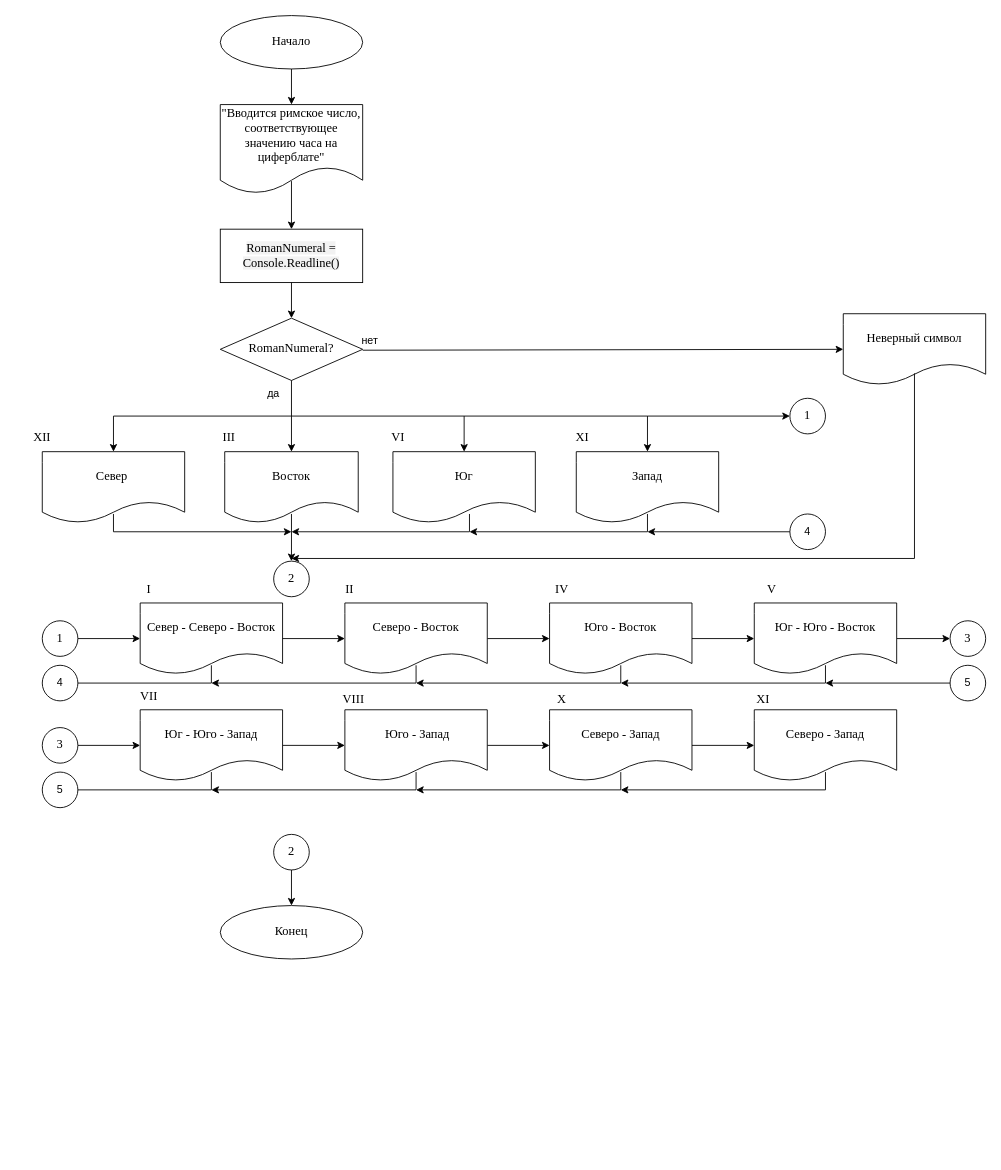
The draw.io diagram Задание 6.drawio in Dimag11/-, before the edit. Source tidied: cells renumbered, new cells numbered last; positions are measured from the earlier drawing's top-left corner, leaving out a move shared by most shapes. Both pictures are drawn from the tidied source at 89%, with x=0, y=0 at pixel (15, 15).
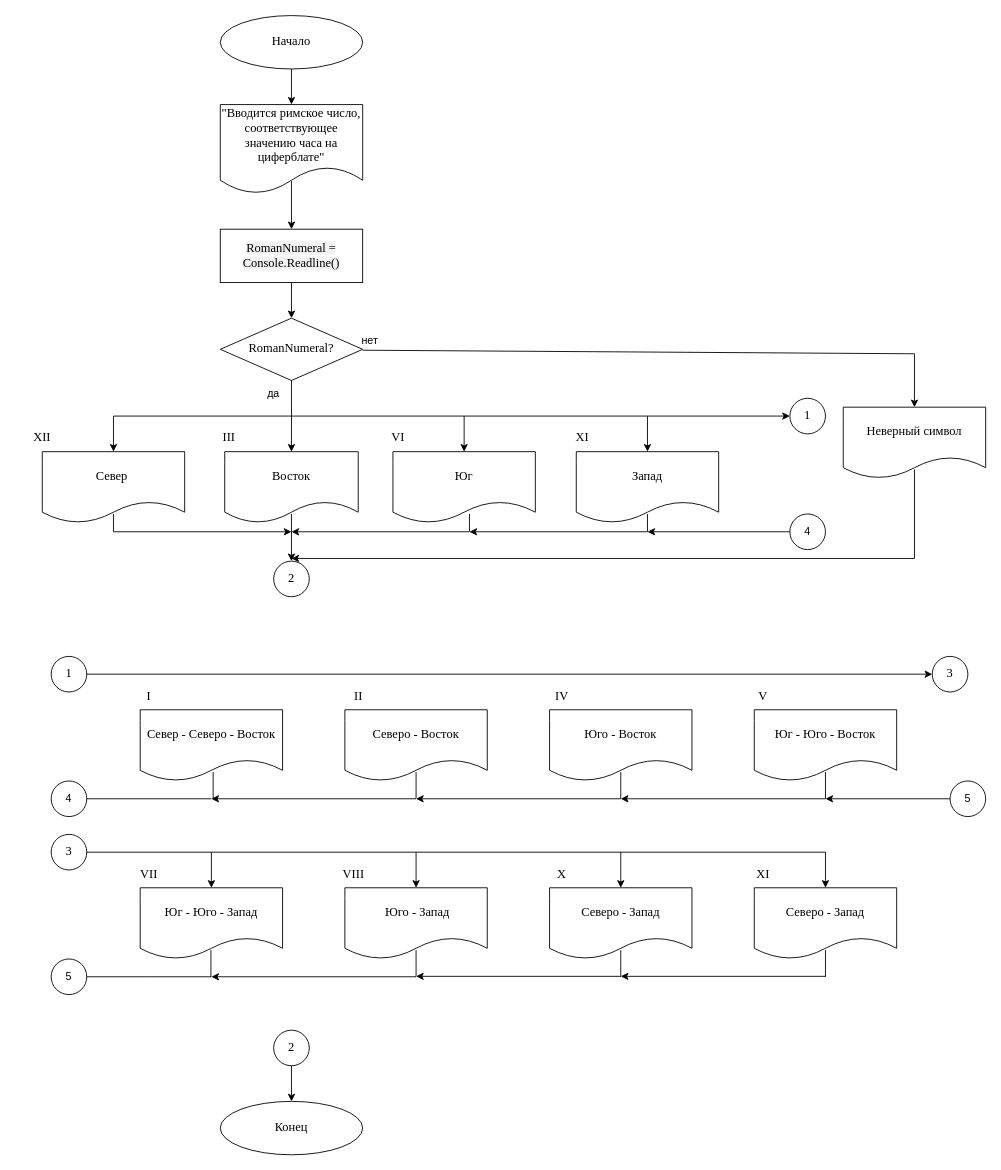
Above is the later version.

Diff of the diagram source:
```diff
@@
     <mxCell id="25" value="1" style="ellipse;whiteSpace=wrap;html=1;fontFamily=Times New Roman;fontSize=14;" parent="1" vertex="1">
-      <mxGeometry x="30" y="680" width="40" height="40" as="geometry" />
+      <mxGeometry x="40" y="720" width="40" height="40" as="geometry" />
     </mxCell>
     <mxCell id="26" value="Север - Северо - Восток" style="shape=document;whiteSpace=wrap;html=1;boundedLbl=1;fontFamily=Times New Roman;fontSize=14;" parent="1" vertex="1">
-      <mxGeometry x="140" y="660" width="160" height="80" as="geometry" />
+      <mxGeometry x="140" y="780" width="160" height="80" as="geometry" />
     </mxCell>
-    <mxCell id="27" style="endArrow=classic;html=1;rounded=0;entryX=0;entryY=0.5;entryDx=0;entryDy=0;fontFamily=Times New Roman;fontSize=14;" parent="1" edge="1" target="26">
-      <mxGeometry relative="1" as="geometry">
-        <mxPoint x="70" y="700" as="sourcePoint" />
-      </mxGeometry>
-    </mxCell>
-    <mxCell id="28" style="edgeStyle=orthogonalEdgeStyle;rounded=0;jettySize=auto;html=1;fontFamily=Times New Roman;fontSize=14;" parent="1" edge="1" source="29" target="40">
-      <mxGeometry relative="1" as="geometry" />
-    </mxCell>
     <mxCell id="29" value="Северо - Восток" style="shape=document;whiteSpace=wrap;html=1;boundedLbl=1;fontFamily=Times New Roman;fontSize=14;" parent="1" vertex="1">
-      <mxGeometry x="370" y="660" width="160" height="80" as="geometry" />
+      <mxGeometry x="370" y="780" width="160" height="80" as="geometry" />
     </mxCell>
-    <mxCell id="30" style="endArrow=classic;html=1;rounded=0;entryX=0;entryY=0.5;entryDx=0;entryDy=0;fontFamily=Times New Roman;fontSize=14;" parent="1" edge="1" target="29">
-      <mxGeometry relative="1" as="geometry">
-        <mxPoint x="300" y="700" as="sourcePoint" />
-      </mxGeometry>
-    </mxCell>
@@
-    <mxCell id="39" style="edgeStyle=orthogonalEdgeStyle;rounded=0;jettySize=auto;html=1;fontFamily=Times New Roman;fontSize=14;" parent="1" edge="1" source="40" target="42">
-      <mxGeometry relative="1" as="geometry" />
-    </mxCell>
     <mxCell id="40" value="Юго - Восток" style="shape=document;whiteSpace=wrap;html=1;boundedLbl=1;fontFamily=Times New Roman;fontSize=14;" parent="1" vertex="1">
-      <mxGeometry x="600" y="660" width="160" height="80" as="geometry" />
+      <mxGeometry x="600" y="780" width="160" height="80" as="geometry" />
     </mxCell>
-    <mxCell id="41" style="edgeStyle=orthogonalEdgeStyle;rounded=0;jettySize=auto;html=1;fontFamily=Times New Roman;fontSize=14;" parent="1" edge="1" source="42" target="43">
-      <mxGeometry relative="1" as="geometry" />
-    </mxCell>
     <mxCell id="42" value="Юг - Юго - Восток" style="shape=document;whiteSpace=wrap;html=1;boundedLbl=1;fontFamily=Times New Roman;fontSize=14;" parent="1" vertex="1">
-      <mxGeometry x="830" y="660" width="160" height="80" as="geometry" />
+      <mxGeometry x="830" y="780" width="160" height="80" as="geometry" />
     </mxCell>
     <mxCell id="43" value="3" style="ellipse;whiteSpace=wrap;html=1;fontFamily=Times New Roman;fontSize=14;" parent="1" vertex="1">
-      <mxGeometry x="1050" y="680" width="40" height="40" as="geometry" />
+      <mxGeometry x="1030" y="720" width="40" height="40" as="geometry" />
     </mxCell>
-    <mxCell id="44" style="edgeStyle=orthogonalEdgeStyle;rounded=0;jettySize=auto;html=1;fontFamily=Times New Roman;fontSize=14;" parent="1" edge="1" source="45" target="47">
-      <mxGeometry relative="1" as="geometry" />
-    </mxCell>
     <mxCell id="45" value="3" style="ellipse;whiteSpace=wrap;html=1;fontFamily=Times New Roman;fontSize=14;" parent="1" vertex="1">
-      <mxGeometry x="30" y="800" width="40" height="40" as="geometry" />
+      <mxGeometry x="40" y="920" width="40" height="40" as="geometry" />
     </mxCell>
-    <mxCell id="46" style="edgeStyle=orthogonalEdgeStyle;rounded=0;jettySize=auto;html=1;fontFamily=Times New Roman;fontSize=14;" parent="1" edge="1" source="47" target="49">
-      <mxGeometry relative="1" as="geometry" />
-    </mxCell>
     <mxCell id="47" value="Юг - Юго - Запад" style="shape=document;whiteSpace=wrap;html=1;boundedLbl=1;fontFamily=Times New Roman;fontSize=14;" parent="1" vertex="1">
-      <mxGeometry x="140" y="780" width="160" height="80" as="geometry" />
+      <mxGeometry x="140" y="980" width="160" height="80" as="geometry" />
     </mxCell>
-    <mxCell id="48" style="edgeStyle=orthogonalEdgeStyle;rounded=0;jettySize=auto;html=1;fontFamily=Times New Roman;fontSize=14;" parent="1" edge="1" source="49" target="51">
-      <mxGeometry relative="1" as="geometry" />
-    </mxCell>
     <mxCell id="49" value="&amp;nbsp;Юго - Запад" style="shape=document;whiteSpace=wrap;html=1;boundedLbl=1;fontFamily=Times New Roman;fontSize=14;" parent="1" vertex="1">
-      <mxGeometry x="370" y="780" width="160" height="80" as="geometry" />
+      <mxGeometry x="370" y="980" width="160" height="80" as="geometry" />
     </mxCell>
-    <mxCell id="50" style="edgeStyle=orthogonalEdgeStyle;rounded=0;jettySize=auto;html=1;fontFamily=Times New Roman;fontSize=14;" parent="1" edge="1" source="51" target="52">
-      <mxGeometry relative="1" as="geometry" />
-    </mxCell>
     <mxCell id="51" value="Северо - Запад" style="shape=document;whiteSpace=wrap;html=1;boundedLbl=1;fontFamily=Times New Roman;fontSize=14;" parent="1" vertex="1">
-      <mxGeometry x="600" y="780" width="160" height="80" as="geometry" />
+      <mxGeometry x="600" y="980" width="160" height="80" as="geometry" />
     </mxCell>
     <mxCell id="52" value="Северо - Запад" style="shape=document;whiteSpace=wrap;html=1;boundedLbl=1;fontFamily=Times New Roman;fontSize=14;" parent="1" vertex="1">
-      <mxGeometry x="830" y="780" width="160" height="80" as="geometry" />
+      <mxGeometry x="830" y="980" width="160" height="80" as="geometry" />
     </mxCell>
-    <mxCell id="53" style="endArrow=none;html=1;rounded=0;fontFamily=Times New Roman;fontSize=14;" parent="1" edge="1">
-      <mxGeometry relative="1" as="geometry">
-        <mxPoint x="220" y="750" as="sourcePoint" />
-        <mxPoint x="220" y="730" as="targetPoint" />
-      </mxGeometry>
-    </mxCell>
-    <mxCell id="54" style="endArrow=none;html=1;rounded=0;fontFamily=Times New Roman;fontSize=14;" parent="1" edge="1">
-      <mxGeometry relative="1" as="geometry">
-        <mxPoint x="450" y="750" as="sourcePoint" />
-        <mxPoint x="450" y="730" as="targetPoint" />
-      </mxGeometry>
-    </mxCell>
-    <mxCell id="55" style="endArrow=none;html=1;rounded=0;fontFamily=Times New Roman;fontSize=14;" parent="1" edge="1">
-      <mxGeometry relative="1" as="geometry">
-        <mxPoint x="680" y="750" as="sourcePoint" />
-        <mxPoint x="680" y="730" as="targetPoint" />
-      </mxGeometry>
-    </mxCell>
-    <mxCell id="56" style="endArrow=none;html=1;rounded=0;fontFamily=Times New Roman;fontSize=14;" parent="1" edge="1">
-      <mxGeometry relative="1" as="geometry">
-        <mxPoint x="910" y="750" as="sourcePoint" />
-        <mxPoint x="910" y="730" as="targetPoint" />
-      </mxGeometry>
-    </mxCell>
     <mxCell id="57" style="endArrow=classic;html=1;rounded=0;fontFamily=Times New Roman;fontSize=14;" parent="1" edge="1">
       <mxGeometry relative="1" as="geometry">
-        <mxPoint x="910" y="750" as="sourcePoint" />
-        <mxPoint x="680" y="750" as="targetPoint" />
+        <mxPoint x="910" y="880" as="sourcePoint" />
+        <mxPoint x="680" y="880" as="targetPoint" />
       </mxGeometry>
     </mxCell>
     <mxCell id="58" style="endArrow=classic;html=1;rounded=0;fontFamily=Times New Roman;fontSize=14;" parent="1" edge="1">
       <mxGeometry relative="1" as="geometry">
-        <mxPoint x="680" y="750" as="sourcePoint" />
-        <mxPoint x="450" y="750" as="targetPoint" />
+        <mxPoint x="680" y="880" as="sourcePoint" />
+        <mxPoint x="450" y="880" as="targetPoint" />
       </mxGeometry>
     </mxCell>
     <mxCell id="59" style="endArrow=classic;html=1;rounded=0;fontFamily=Times New Roman;fontSize=14;" parent="1" edge="1">
       <mxGeometry relative="1" as="geometry">
-        <mxPoint x="450" y="750" as="sourcePoint" />
-        <mxPoint x="220" y="750" as="targetPoint" />
+        <mxPoint x="450" y="880" as="sourcePoint" />
+        <mxPoint x="220" y="880" as="targetPoint" />
       </mxGeometry>
     </mxCell>
-    <mxCell id="60" style="endArrow=none;html=1;rounded=0;fontFamily=Times New Roman;fontSize=14;" parent="1" edge="1">
-      <mxGeometry relative="1" as="geometry">
-        <mxPoint x="220" y="870" as="sourcePoint" />
-        <mxPoint x="220" y="850" as="targetPoint" />
-      </mxGeometry>
-    </mxCell>
-    <mxCell id="61" style="endArrow=none;html=1;rounded=0;fontFamily=Times New Roman;fontSize=14;" parent="1" edge="1">
-      <mxGeometry relative="1" as="geometry">
-        <mxPoint x="450" y="870" as="sourcePoint" />
-        <mxPoint x="450" y="850" as="targetPoint" />
-      </mxGeometry>
-    </mxCell>
-    <mxCell id="62" style="endArrow=none;html=1;rounded=0;fontFamily=Times New Roman;fontSize=14;" parent="1" edge="1">
-      <mxGeometry relative="1" as="geometry">
-        <mxPoint x="680" y="870" as="sourcePoint" />
-        <mxPoint x="680" y="850" as="targetPoint" />
-      </mxGeometry>
-    </mxCell>
-    <mxCell id="63" style="endArrow=none;html=1;rounded=0;fontFamily=Times New Roman;fontSize=14;" parent="1" edge="1">
-      <mxGeometry relative="1" as="geometry">
-        <mxPoint x="910" y="870" as="sourcePoint" />
-        <mxPoint x="910" y="850" as="targetPoint" />
-      </mxGeometry>
-    </mxCell>
     <mxCell id="64" style="endArrow=classic;html=1;rounded=0;fontFamily=Times New Roman;fontSize=14;" parent="1" edge="1">
       <mxGeometry relative="1" as="geometry">
-        <mxPoint x="910" y="870" as="sourcePoint" />
-        <mxPoint x="680" y="870" as="targetPoint" />
+        <mxPoint x="910" y="1079.5" as="sourcePoint" />
+        <mxPoint x="680" y="1079.5" as="targetPoint" />
       </mxGeometry>
     </mxCell>
     <mxCell id="65" style="endArrow=classic;html=1;rounded=0;fontFamily=Times New Roman;fontSize=14;" parent="1" edge="1">
       <mxGeometry relative="1" as="geometry">
-        <mxPoint x="680" y="870" as="sourcePoint" />
-        <mxPoint x="450" y="870" as="targetPoint" />
+        <mxPoint x="680" y="1079.5" as="sourcePoint" />
+        <mxPoint x="450" y="1079.5" as="targetPoint" />
       </mxGeometry>
     </mxCell>
     <mxCell id="66" style="endArrow=classic;html=1;rounded=0;fontFamily=Times New Roman;fontSize=14;" parent="1" edge="1">
       <mxGeometry relative="1" as="geometry">
-        <mxPoint x="450" y="870" as="sourcePoint" />
-        <mxPoint x="220" y="870" as="targetPoint" />
+        <mxPoint x="450" y="1080" as="sourcePoint" />
+        <mxPoint x="220" y="1080" as="targetPoint" />
       </mxGeometry>
     </mxCell>
     <mxCell id="67" value="I" style="text;html=1;align=center;verticalAlign=middle;whiteSpace=wrap;rounded=0;fontFamily=Times New Roman;fontSize=14;" parent="1" vertex="1">
-      <mxGeometry x="120" y="630" width="60" height="30" as="geometry" />
+      <mxGeometry x="120" y="750" width="60" height="30" as="geometry" />
     </mxCell>
     <mxCell id="68" value="II" style="text;html=1;align=center;verticalAlign=middle;strokeColor=none;fillColor=none;fontFamily=Times New Roman;fontSize=14;" parent="1" vertex="1">
-      <mxGeometry x="360" y="630" width="30" height="30" as="geometry" />
+      <mxGeometry x="370" y="750" width="30" height="30" as="geometry" />
     </mxCell>
     <mxCell id="69" value="IV" style="text;html=1;align=center;verticalAlign=middle;whiteSpace=wrap;rounded=0;fontFamily=Times New Roman;fontSize=14;" parent="1" vertex="1">
-      <mxGeometry x="584" y="630" width="60" height="30" as="geometry" />
+      <mxGeometry x="584" y="750" width="60" height="30" as="geometry" />
     </mxCell>
     <mxCell id="70" value="V" style="text;html=1;align=center;verticalAlign=middle;whiteSpace=wrap;rounded=0;fontFamily=Times New Roman;fontSize=14;" parent="1" vertex="1">
-      <mxGeometry x="820" y="630" width="60" height="30" as="geometry" />
+      <mxGeometry x="810" y="750" width="60" height="30" as="geometry" />
     </mxCell>
     <mxCell id="71" value="VII" style="text;html=1;align=center;verticalAlign=middle;whiteSpace=wrap;rounded=0;fontFamily=Times New Roman;fontSize=14;" parent="1" vertex="1">
-      <mxGeometry x="120" y="750" width="60" height="30" as="geometry" />
+      <mxGeometry x="120" y="950" width="60" height="30" as="geometry" />
     </mxCell>
     <mxCell id="72" value="VIII" style="text;html=1;align=center;verticalAlign=middle;whiteSpace=wrap;rounded=0;fontFamily=Times New Roman;fontSize=14;" parent="1" vertex="1">
-      <mxGeometry x="350" y="754" width="60" height="30" as="geometry" />
+      <mxGeometry x="350" y="950" width="60" height="30" as="geometry" />
     </mxCell>
     <mxCell id="73" value="X" style="text;html=1;align=center;verticalAlign=middle;whiteSpace=wrap;rounded=0;fontFamily=Times New Roman;fontSize=14;" parent="1" vertex="1">
-      <mxGeometry x="584" y="754" width="60" height="30" as="geometry" />
+      <mxGeometry x="584" y="950" width="60" height="30" as="geometry" />
     </mxCell>
     <mxCell id="74" value="XI" style="text;html=1;align=center;verticalAlign=middle;whiteSpace=wrap;rounded=0;fontFamily=Times New Roman;fontSize=14;" parent="1" vertex="1">
-      <mxGeometry x="810" y="754" width="60" height="30" as="geometry" />
+      <mxGeometry x="810" y="950" width="60" height="30" as="geometry" />
     </mxCell>
     <mxCell id="75" value="2" style="ellipse;whiteSpace=wrap;html=1;fontFamily=Times New Roman;fontSize=14;" parent="1" vertex="1">
-      <mxGeometry x="290" y="920" width="40" height="40" as="geometry" />
+      <mxGeometry x="290" y="1140" width="40" height="40" as="geometry" />
     </mxCell>
-    <mxCell id="76" style="endArrow=classic;html=1;rounded=0;fontFamily=Times New Roman;fontSize=14;" parent="1" edge="1">
-      <mxGeometry relative="1" as="geometry">
-        <mxPoint x="310" y="960" as="sourcePoint" />
-        <mxPoint x="310" y="1000" as="targetPoint" />
-      </mxGeometry>
-    </mxCell>
     <mxCell id="77" value="Конец" style="ellipse;whiteSpace=wrap;html=1;fontFamily=Times New Roman;fontSize=14;" parent="1" vertex="1">
-      <mxGeometry x="230" y="1000" width="160" height="60" as="geometry" />
+      <mxGeometry x="230" y="1220" width="160" height="60" as="geometry" />
     </mxCell>
@@
     <mxCell id="79" style="endArrow=none;html=1;rounded=0;" parent="1" edge="1">
       <mxGeometry relative="1" as="geometry">
-        <mxPoint x="70" y="750" as="sourcePoint" />
-        <mxPoint x="220" y="750" as="targetPoint" />
+        <mxPoint x="70" y="880" as="sourcePoint" />
+        <mxPoint x="220" y="880" as="targetPoint" />
       </mxGeometry>
     </mxCell>
     <mxCell id="80" style="endArrow=none;html=1;rounded=0;" parent="1" edge="1">
       <mxGeometry relative="1" as="geometry">
-        <mxPoint x="50" y="870" as="sourcePoint" />
-        <mxPoint x="220" y="870" as="targetPoint" />
+        <mxPoint x="80" y="1080" as="sourcePoint" />
+        <mxPoint x="220" y="1080" as="targetPoint" />
+        <Array as="points">
+          <mxPoint x="150" y="1080" />
+        </Array>
       </mxGeometry>
     </mxCell>
     <mxCell id="81" style="endArrow=classic;html=1;rounded=0;" parent="1" edge="1">
       <mxGeometry relative="1" as="geometry">
-        <mxPoint x="1070" y="750" as="sourcePoint" />
-        <mxPoint x="910" y="750" as="targetPoint" />
+        <mxPoint x="1070" y="880" as="sourcePoint" />
+        <mxPoint x="910" y="880" as="targetPoint" />
       </mxGeometry>
     </mxCell>
     <mxCell id="82" value="4" style="ellipse;whiteSpace=wrap;html=1;" parent="1" vertex="1">
-      <mxGeometry x="30" y="730" width="40" height="40" as="geometry" />
+      <mxGeometry x="40" y="860" width="40" height="40" as="geometry" />
     </mxCell>
@@
-    <mxCell id="84" value="5" style="ellipse;whiteSpace=wrap;html=1;" parent="1" vertex="1">
-      <mxGeometry x="30" y="850" width="40" height="40" as="geometry" />
-    </mxCell>
     <mxCell id="85" value="5" style="ellipse;whiteSpace=wrap;html=1;" parent="1" vertex="1">
-      <mxGeometry x="1050" y="730" width="40" height="40" as="geometry" />
+      <mxGeometry x="1050" y="860" width="40" height="40" as="geometry" />
     </mxCell>
     <mxCell id="86" value="Неверный символ" style="shape=document;whiteSpace=wrap;html=1;boundedLbl=1;fontFamily=Times New Roman;fontSize=14;" parent="1" vertex="1">
-      <mxGeometry x="930" y="335" width="160" height="80" as="geometry" />
+      <mxGeometry x="930" y="440" width="160" height="80" as="geometry" />
     </mxCell>
-    <mxCell id="87" style="endArrow=classic;html=1;rounded=0;entryX=0;entryY=0.5;entryDx=0;entryDy=0;" parent="1" edge="1" target="86">
-      <mxGeometry relative="1" as="geometry">
-        <mxPoint x="390" y="376" as="sourcePoint" />
-      </mxGeometry>
-    </mxCell>
-    <mxCell id="88" style="endArrow=none;html=1;rounded=0;" parent="1" edge="1">
-      <mxGeometry relative="1" as="geometry">
-        <mxPoint x="1010" y="610" as="sourcePoint" />
-        <mxPoint x="1010" y="402" as="targetPoint" />
-      </mxGeometry>
-    </mxCell>
@@
+    <mxCell id="92" style="endArrow=none;html=1;rounded=0;" parent="1" edge="1">
+      <mxGeometry relative="1" as="geometry">
+        <mxPoint x="390" y="376" as="sourcePoint" />
+        <mxPoint x="1010" y="380" as="targetPoint" />
+      </mxGeometry>
+    </mxCell>
+    <mxCell id="93" style="endArrow=classic;html=1;rounded=0;" parent="1" edge="1" target="86">
+      <mxGeometry relative="1" as="geometry">
+        <mxPoint x="1010" y="380" as="sourcePoint" />
+      </mxGeometry>
+    </mxCell>
+    <mxCell id="94" style="endArrow=none;html=1;rounded=0;" parent="1" edge="1">
+      <mxGeometry relative="1" as="geometry">
+        <mxPoint x="1010" y="510" as="sourcePoint" />
+        <mxPoint x="1010" y="610" as="targetPoint" />
+      </mxGeometry>
+    </mxCell>
+    <mxCell id="95" style="endArrow=none;html=1;rounded=0;" parent="1" edge="1">
+      <mxGeometry relative="1" as="geometry">
+        <mxPoint x="219.5" y="1050" as="sourcePoint" />
+        <mxPoint x="219.5" y="1080" as="targetPoint" />
+      </mxGeometry>
+    </mxCell>
+    <mxCell id="84" value="5" style="ellipse;whiteSpace=wrap;html=1;" parent="1" vertex="1">
+      <mxGeometry x="40" y="1060" width="40" height="40" as="geometry" />
+    </mxCell>
+    <mxCell id="96" style="endArrow=none;html=1;rounded=0;" parent="1" edge="1">
+      <mxGeometry relative="1" as="geometry">
+        <mxPoint x="450" y="1050" as="sourcePoint" />
+        <mxPoint x="450" y="1080" as="targetPoint" />
+      </mxGeometry>
+    </mxCell>
+    <mxCell id="97" style="endArrow=none;html=1;rounded=0;" parent="1" edge="1">
+      <mxGeometry relative="1" as="geometry">
+        <mxPoint x="680" y="1050" as="sourcePoint" />
+        <mxPoint x="680" y="1080" as="targetPoint" />
+      </mxGeometry>
+    </mxCell>
+    <mxCell id="98" style="endArrow=none;html=1;rounded=0;" parent="1" edge="1">
+      <mxGeometry relative="1" as="geometry">
+        <mxPoint x="910" y="1050" as="sourcePoint" />
+        <mxPoint x="910" y="1080" as="targetPoint" />
+      </mxGeometry>
+    </mxCell>
+    <mxCell id="99" style="endArrow=none;html=1;rounded=0;" parent="1" edge="1">
+      <mxGeometry relative="1" as="geometry">
+        <mxPoint x="80" y="940" as="sourcePoint" />
+        <mxPoint x="910" y="940" as="targetPoint" />
+      </mxGeometry>
+    </mxCell>
+    <mxCell id="100" style="endArrow=classic;html=1;rounded=0;entryX=0.5;entryY=0;entryDx=0;entryDy=0;" parent="1" edge="1" target="47">
+      <mxGeometry relative="1" as="geometry">
+        <mxPoint x="220" y="940" as="sourcePoint" />
+      </mxGeometry>
+    </mxCell>
+    <mxCell id="101" style="endArrow=classic;html=1;rounded=0;entryX=0.5;entryY=0;entryDx=0;entryDy=0;" parent="1" edge="1" target="49">
+      <mxGeometry relative="1" as="geometry">
+        <mxPoint x="450" y="940" as="sourcePoint" />
+      </mxGeometry>
+    </mxCell>
+    <mxCell id="102" style="endArrow=classic;html=1;rounded=0;entryX=0.5;entryY=0;entryDx=0;entryDy=0;" parent="1" edge="1" target="51">
+      <mxGeometry relative="1" as="geometry">
+        <mxPoint x="680" y="940" as="sourcePoint" />
+      </mxGeometry>
+    </mxCell>
+    <mxCell id="103" style="endArrow=classic;html=1;rounded=0;entryX=0.5;entryY=0;entryDx=0;entryDy=0;" parent="1" edge="1" target="52">
+      <mxGeometry relative="1" as="geometry">
+        <mxPoint x="910" y="940" as="sourcePoint" />
+      </mxGeometry>
+    </mxCell>
+    <mxCell id="104" style="endArrow=classic;html=1;rounded=0;entryX=0;entryY=0.5;entryDx=0;entryDy=0;" parent="1" edge="1" target="43">
+      <mxGeometry relative="1" as="geometry">
+        <mxPoint x="80" y="740" as="sourcePoint" />
+      </mxGeometry>
+    </mxCell>
+    <mxCell id="105" style="endArrow=none;html=1;rounded=0;" parent="1" edge="1">
+      <mxGeometry relative="1" as="geometry">
+        <mxPoint x="222" y="850" as="sourcePoint" />
+        <mxPoint x="222" y="880" as="targetPoint" />
+      </mxGeometry>
+    </mxCell>
+    <mxCell id="106" style="endArrow=none;html=1;rounded=0;" parent="1" edge="1">
+      <mxGeometry relative="1" as="geometry">
+        <mxPoint x="450" y="880" as="sourcePoint" />
+        <mxPoint x="450" y="850" as="targetPoint" />
+      </mxGeometry>
+    </mxCell>
+    <mxCell id="107" style="endArrow=none;html=1;rounded=0;" parent="1" edge="1">
+      <mxGeometry relative="1" as="geometry">
+        <mxPoint x="680" y="880" as="sourcePoint" />
+        <mxPoint x="680" y="850" as="targetPoint" />
+      </mxGeometry>
+    </mxCell>
+    <mxCell id="108" style="endArrow=none;html=1;rounded=0;" parent="1" edge="1">
+      <mxGeometry relative="1" as="geometry">
+        <mxPoint x="910" y="880" as="sourcePoint" />
+        <mxPoint x="910" y="850" as="targetPoint" />
+      </mxGeometry>
+    </mxCell>
+    <mxCell id="109" style="endArrow=classic;html=1;rounded=0;entryX=0.5;entryY=0;entryDx=0;entryDy=0;" parent="1" edge="1" target="77">
+      <mxGeometry relative="1" as="geometry">
+        <mxPoint x="310" y="1180" as="sourcePoint" />
+      </mxGeometry>
+    </mxCell>
```
